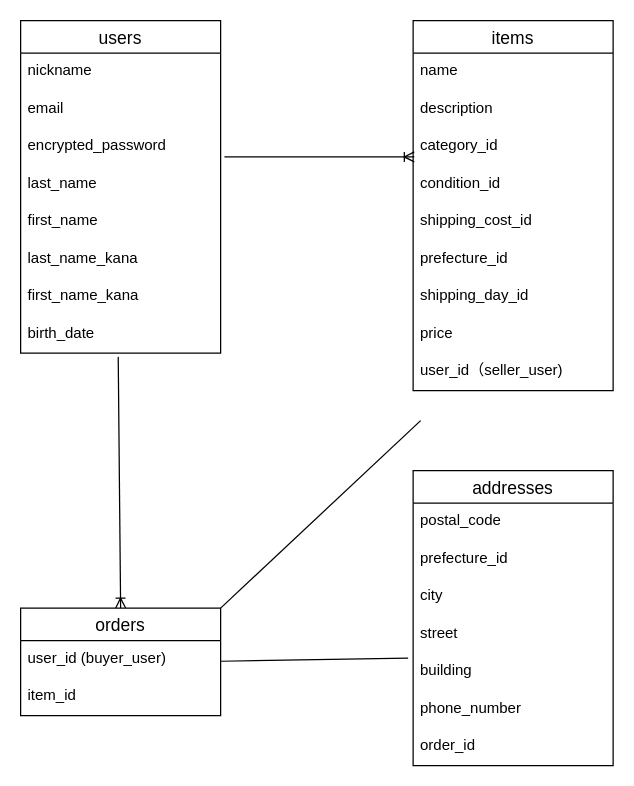
Above: test.dio in fuokuyama16/furima-41014 (draw.io), before the change. Source tidied: cells renumbered, new cells numbered last; positions are measured from the earlier drawing's top-left corner, leaving out a move shared by most shapes. Both pictures are drawn from the tidied source at 125%, with x=0, y=0 at pixel (20, 20).
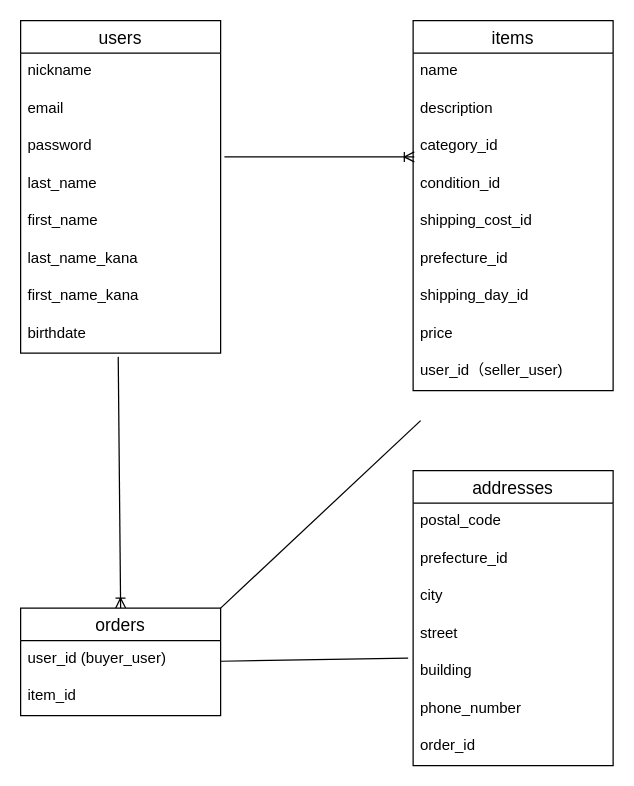
Above is the later version.

Unchanged cells that the change refers to:
```xml
<mxCell id="2" value="users" style="swimlane;fontStyle=0;horizontal=1;startSize=26;align=center;fontSize=14;" parent="1" vertex="1">
  <mxGeometry width="160" height="266" as="geometry" />
</mxCell>
```

The edit, as a diff of the source:
```diff
@@
-    <mxCell id="5" value="encrypted_password" style="text;strokeColor=none;fillColor=none;spacingLeft=4;spacingRight=4;overflow=hidden;points=[[0,0.5],[1,0.5]];portConstraint=eastwest;fontSize=12;" parent="2" vertex="1">
+    <mxCell id="5" value="password" style="text;strokeColor=none;fillColor=none;spacingLeft=4;spacingRight=4;overflow=hidden;points=[[0,0.5],[1,0.5]];portConstraint=eastwest;fontSize=12;" parent="2" vertex="1">
       <mxGeometry y="86" width="160" height="30" as="geometry" />
     </mxCell>
@@
-    <mxCell id="10" value="birth_date" style="text;strokeColor=none;fillColor=none;spacingLeft=4;spacingRight=4;overflow=hidden;points=[[0,0.5],[1,0.5]];portConstraint=eastwest;fontSize=12;" parent="2" vertex="1">
+    <mxCell id="10" value="birthdate" style="text;strokeColor=none;fillColor=none;spacingLeft=4;spacingRight=4;overflow=hidden;points=[[0,0.5],[1,0.5]];portConstraint=eastwest;fontSize=12;" parent="2" vertex="1">
       <mxGeometry y="236" width="160" height="30" as="geometry" />
     </mxCell>
```
